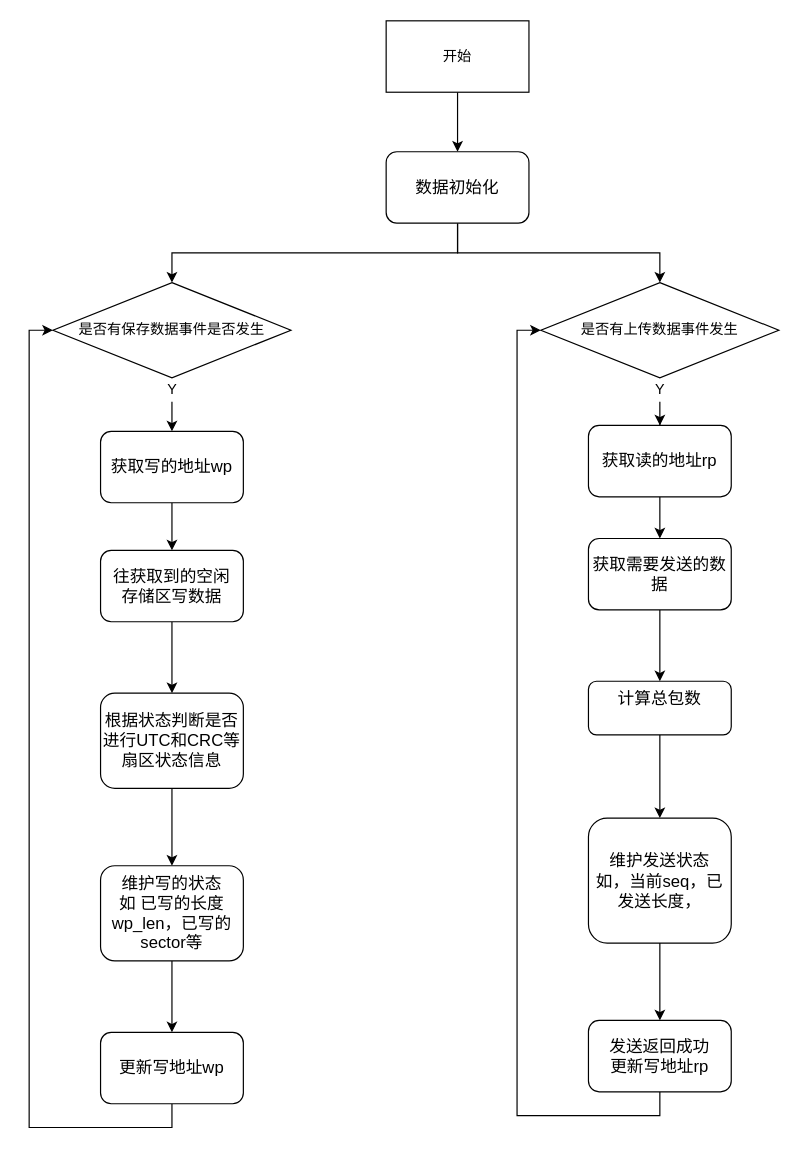
The draw.io diagram page "Page-1" (1 of 3) of P3.drawio in blackfalsehood/mycode, before the edit. Source tidied: cells renumbered, new cells numbered last; positions are measured from the earlier drawing's top-left corner, leaving out a move shared by most shapes. Both pictures are drawn from the tidied source at 119%, with x=0, y=0 at pixel (52, 20).
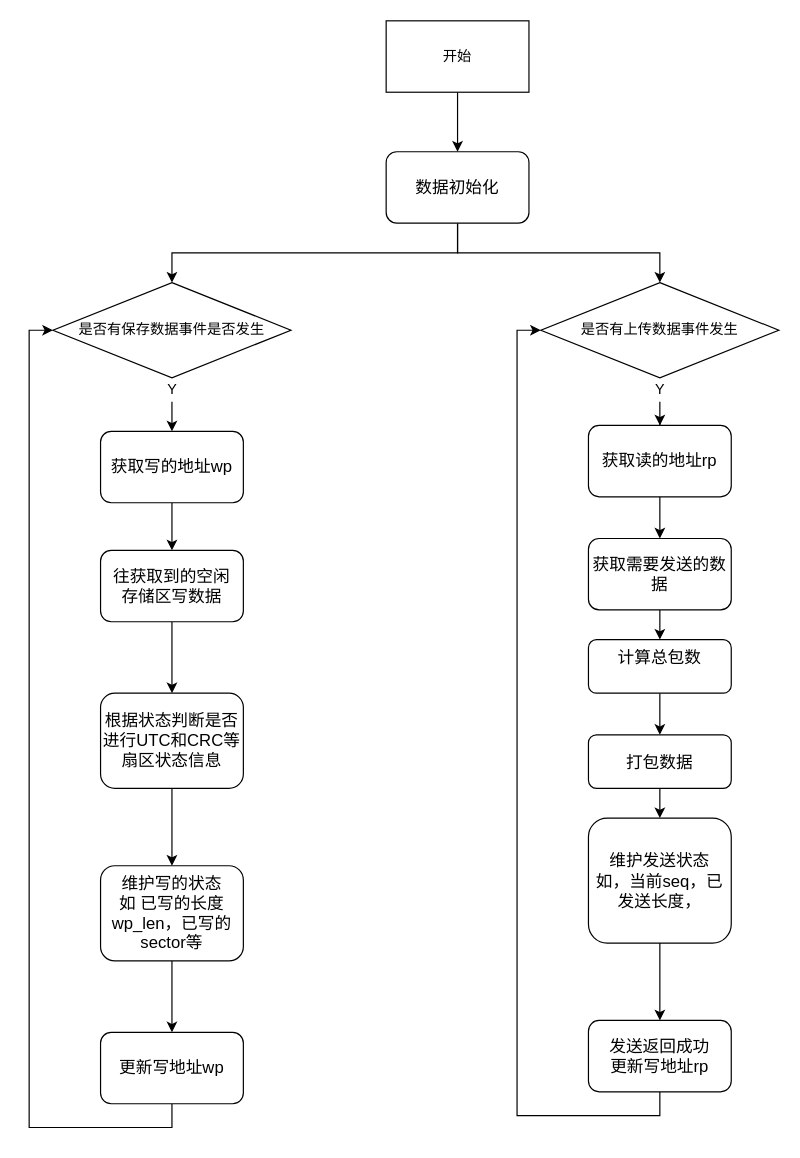
The same page after the edit.

The change refers to these unchanged cells:
```xml
<mxCell id="32" value="&lt;span style=&quot;font-size: 14px&quot;&gt;维护发送状态&lt;br&gt;如，当前seq，已发送长度，&lt;br&gt;&lt;/span&gt;" style="rounded=1;whiteSpace=wrap;html=1;" parent="1" vertex="1">
  <mxGeometry x="450" y="670" width="120" height="105" as="geometry" />
</mxCell>
```

The edit, as a diff of the source:
```diff
@@
-    <mxCell id="23" style="edgeStyle=orthogonalEdgeStyle;rounded=0;jettySize=auto;html=1;entryX=0.5;entryY=0;entryDx=0;entryDy=0;" parent="1" edge="1" source="24" target="32">
+    <mxCell id="23" style="edgeStyle=orthogonalEdgeStyle;rounded=0;jettySize=auto;html=1;" parent="1" edge="1" source="24" target="36">
       <mxGeometry relative="1" as="geometry" />
     </mxCell>
     <mxCell id="24" value="&lt;span style=&quot;font-size: 14px&quot;&gt;计算总包数&lt;br&gt;&lt;br&gt;&lt;/span&gt;" style="rounded=1;whiteSpace=wrap;html=1;" parent="1" vertex="1">
-      <mxGeometry x="450" y="555" width="120" height="45" as="geometry" />
+      <mxGeometry x="450" y="520" width="120" height="45" as="geometry" />
     </mxCell>
@@
+    <mxCell id="35" style="edgeStyle=orthogonalEdgeStyle;rounded=0;jettySize=auto;html=1;" parent="1" edge="1" source="36" target="32">
+      <mxGeometry relative="1" as="geometry" />
+    </mxCell>
+    <mxCell id="36" value="&lt;span style=&quot;font-size: 14px&quot;&gt;打包数据&lt;br&gt;&lt;/span&gt;" style="rounded=1;whiteSpace=wrap;html=1;" parent="1" vertex="1">
+      <mxGeometry x="450" y="600" width="120" height="45" as="geometry" />
+    </mxCell>
```
